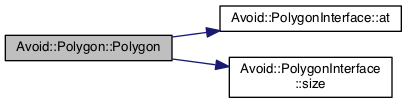
Before: documentation/classAvoid_1_1Polygon_a73f9d5bd92622bd8db898246b0c2e194_cgraph.png, a diagram exported from Graphviz (mjwybrow/adaptagrams). Its source is kept beside it as documentation/classAvoid_1_1Polygon_a73f9d5bd92622bd8db898246b0c2e194_cgraph.dot.
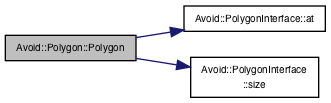
The same file after the commit.

Diff of the diagram source:
```diff
@@ -3,9 +3,9 @@
   edge [fontname="Helvetica",fontsize="10",labelfontname="Helvetica",labelfontsize="10"];
   node [fontname="Helvetica",fontsize="10",shape=record];
   rankdir="LR";
-  Node1 [label="Avoid::Polygon::Polygon",height=0.2,width=0.4,color="black", fillcolor="grey75", style="filled", fontcolor="black"];
-  Node1 -> Node2 [color="midnightblue",fontsize="10",style="solid",fontname="Helvetica"];
-  Node2 [label="Avoid::PolygonInterface::at",height=0.2,width=0.4,color="black", fillcolor="white", style="filled",URL="$classAvoid_1_1PolygonInterface.html#a951dedf93a692fc9dccdada741d9ebe5",tooltip="Returns a specific point in the polygon. "];
-  Node1 -> Node3 [color="midnightblue",fontsize="10",style="solid",fontname="Helvetica"];
-  Node3 [label="Avoid::PolygonInterface\l::size",height=0.2,width=0.4,color="black", fillcolor="white", style="filled",URL="$classAvoid_1_1PolygonInterface.html#ab191f5c82a665cc074576bae9f304e8d",tooltip="Returns the number of points in this polygon. "];
+  Node2 [label="Avoid::Polygon::Polygon",height=0.2,width=0.4,color="black", fillcolor="grey75", style="filled", fontcolor="black"];
+  Node2 -> Node3 [color="midnightblue",fontsize="10",style="solid",fontname="Helvetica"];
+  Node3 [label="Avoid::PolygonInterface::at",height=0.2,width=0.4,color="black", fillcolor="white", style="filled",URL="$classAvoid_1_1PolygonInterface.html#ad85cc8c5e376b8b01ca37e9684b4de71",tooltip="Returns a specific point in the polygon. "];
+  Node2 -> Node4 [color="midnightblue",fontsize="10",style="solid",fontname="Helvetica"];
+  Node4 [label="Avoid::PolygonInterface\l::size",height=0.2,width=0.4,color="black", fillcolor="white", style="filled",URL="$classAvoid_1_1PolygonInterface.html#ac9ce0706613e5870e5e7136d147673f6",tooltip="Returns the number of points in this polygon. "];
 }
```
